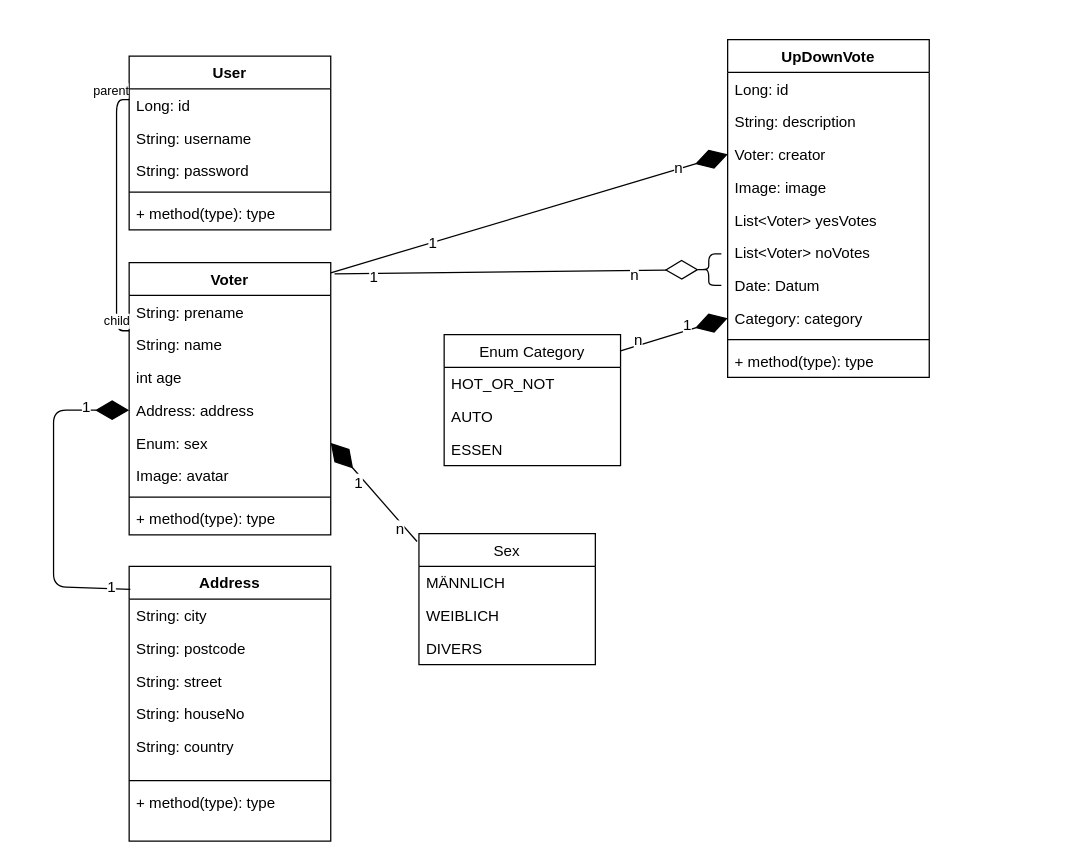
This is class-diagram.drawio from CodeWithFriendsKa/verteilte-systeme-vote-doku, a draw.io file, before an edit. Source tidied: cells renumbered, new cells numbered last; positions are measured from the earlier drawing's top-left corner, leaving out a move shared by most shapes. Both pictures are drawn from the tidied source at 126%, with x=0, y=0 at pixel (53, 39).
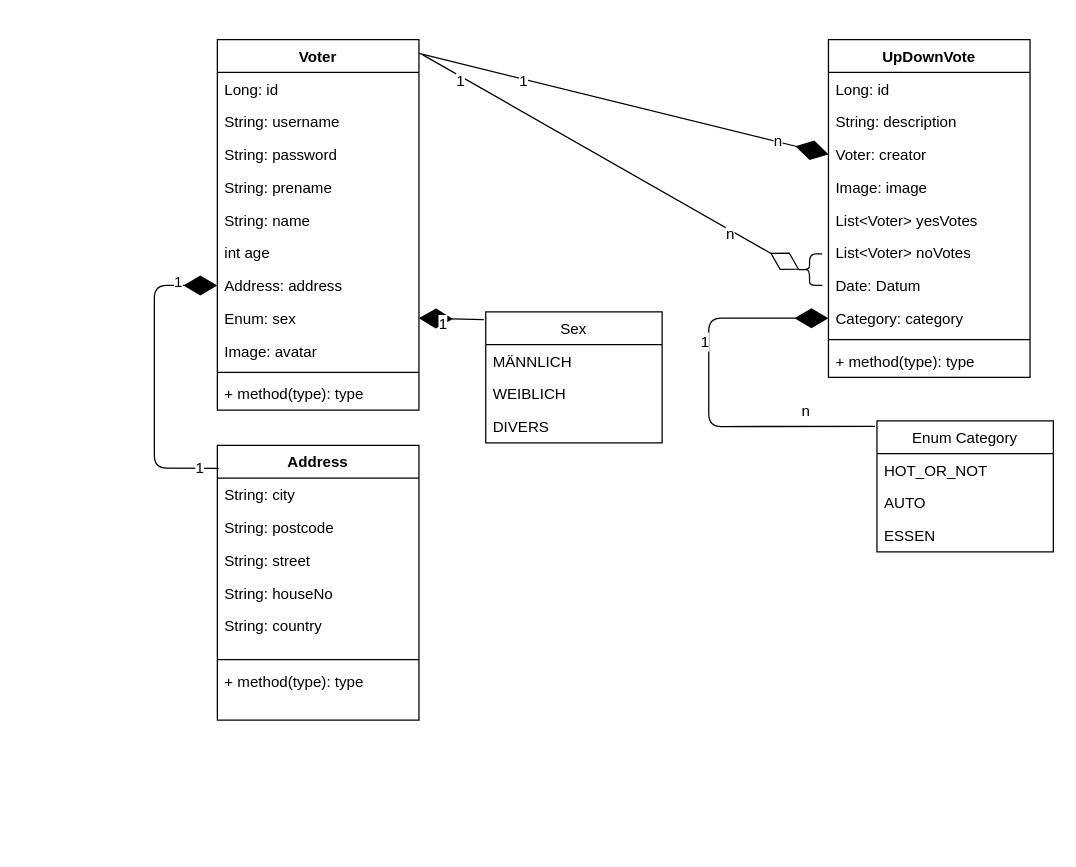
The same diagram, later.

Unchanged cells that the change refers to:
```xml
<mxCell id="25" value="Category: category" style="text;strokeColor=none;fillColor=none;align=left;verticalAlign=top;spacingLeft=4;spacingRight=4;overflow=hidden;points=[[0,0.5],[1,0.5]];portConstraint=eastwest;" parent="17" vertex="1">
  <mxGeometry y="208" width="160" height="26" as="geometry" />
</mxCell>
<mxCell id="60" style="endArrow=diamondThin;endFill=1;endSize=24;html=1;entryX=1;entryY=0.5;entryDx=0;entryDy=0;exitX=-0.011;exitY=0.06;exitDx=0;exitDy=0;exitPerimeter=0;" parent="1" edge="1" source="56" target="13">
  <mxGeometry relative="1" as="geometry" />
</mxCell>
```

The edit, as a diff of the source:
```diff
@@
-    <mxCell id="2" value="User" style="swimlane;fontStyle=1;align=center;verticalAlign=top;horizontal=1;startSize=26;" parent="1" vertex="1">
-      <mxGeometry x="60" y="13" width="160" height="138" as="geometry" />
-    </mxCell>
+    <mxCell id="8" value="Voter&#10;" style="swimlane;fontStyle=1;align=center;verticalAlign=top;horizontal=1;startSize=26;" parent="1" vertex="1">
+      <mxGeometry x="130" width="160" height="294" as="geometry" />
+    </mxCell>
-    <mxCell id="3" value="Long: id" style="text;strokeColor=none;fillColor=none;align=left;verticalAlign=top;spacingLeft=4;spacingRight=4;overflow=hidden;" parent="2" vertex="1">
+    <mxCell id="3" value="Long: id" style="text;strokeColor=none;fillColor=none;align=left;verticalAlign=top;spacingLeft=4;spacingRight=4;overflow=hidden;" parent="8" vertex="1">
       <mxGeometry y="26" width="160" height="26" as="geometry" />
     </mxCell>
-    <mxCell id="4" value="String: username" style="text;strokeColor=none;fillColor=none;align=left;verticalAlign=top;spacingLeft=4;spacingRight=4;overflow=hidden;" parent="2" vertex="1">
+    <mxCell id="4" value="String: username" style="text;strokeColor=none;fillColor=none;align=left;verticalAlign=top;spacingLeft=4;spacingRight=4;overflow=hidden;" parent="8" vertex="1">
       <mxGeometry y="52" width="160" height="26" as="geometry" />
     </mxCell>
-    <mxCell id="5" value="String: password" style="text;strokeColor=none;fillColor=none;align=left;verticalAlign=top;spacingLeft=4;spacingRight=4;overflow=hidden;" parent="2" vertex="1">
+    <mxCell id="5" value="String: password" style="text;strokeColor=none;fillColor=none;align=left;verticalAlign=top;spacingLeft=4;spacingRight=4;overflow=hidden;" parent="8" vertex="1">
       <mxGeometry y="78" width="160" height="26" as="geometry" />
     </mxCell>
-    <mxCell id="6" style="line;strokeWidth=1;fillColor=none;align=left;verticalAlign=middle;spacingTop=-1;spacingLeft=3;spacingRight=3;labelPosition=right;" parent="2" vertex="1">
-      <mxGeometry y="104" width="160" height="8" as="geometry" />
-    </mxCell>
-    <mxCell id="7" value="+ method(type): type" style="text;strokeColor=none;fillColor=none;align=left;verticalAlign=top;spacingLeft=4;spacingRight=4;overflow=hidden;" parent="2" vertex="1">
-      <mxGeometry y="112" width="160" height="26" as="geometry" />
-    </mxCell>
-    <mxCell id="8" value="Voter&#10;" style="swimlane;fontStyle=1;align=center;verticalAlign=top;horizontal=1;startSize=26;" parent="1" vertex="1">
-      <mxGeometry x="60" y="177" width="160" height="216" as="geometry" />
-    </mxCell>
     <mxCell id="9" value="String: prename" style="text;strokeColor=none;fillColor=none;align=left;verticalAlign=top;spacingLeft=4;spacingRight=4;overflow=hidden;" parent="8" vertex="1">
-      <mxGeometry y="26" width="160" height="26" as="geometry" />
+      <mxGeometry y="104" width="160" height="26" as="geometry" />
     </mxCell>
     <mxCell id="10" value="String: name" style="text;strokeColor=none;fillColor=none;align=left;verticalAlign=top;spacingLeft=4;spacingRight=4;overflow=hidden;" parent="8" vertex="1">
-      <mxGeometry y="52" width="160" height="26" as="geometry" />
+      <mxGeometry y="130" width="160" height="26" as="geometry" />
     </mxCell>
     <mxCell id="11" value="int age" style="text;strokeColor=none;fillColor=none;align=left;verticalAlign=top;spacingLeft=4;spacingRight=4;overflow=hidden;" parent="8" vertex="1">
-      <mxGeometry y="78" width="160" height="26" as="geometry" />
+      <mxGeometry y="156" width="160" height="26" as="geometry" />
     </mxCell>
     <mxCell id="12" value="Address: address" style="text;strokeColor=none;fillColor=none;align=left;verticalAlign=top;spacingLeft=4;spacingRight=4;overflow=hidden;points=[[0,0.5],[1,0.5]];portConstraint=eastwest;" parent="8" vertex="1">
-      <mxGeometry y="104" width="160" height="26" as="geometry" />
+      <mxGeometry y="182" width="160" height="26" as="geometry" />
     </mxCell>
     <mxCell id="13" value="Enum: sex" style="text;strokeColor=none;fillColor=none;align=left;verticalAlign=top;spacingLeft=4;spacingRight=4;overflow=hidden;points=[[0,0.5],[1,0.5]];portConstraint=eastwest;" parent="8" vertex="1">
-      <mxGeometry y="130" width="160" height="26" as="geometry" />
+      <mxGeometry y="208" width="160" height="26" as="geometry" />
     </mxCell>
     <mxCell id="14" value="Image: avatar" style="text;strokeColor=none;fillColor=none;align=left;verticalAlign=top;spacingLeft=4;spacingRight=4;overflow=hidden;" parent="8" vertex="1">
-      <mxGeometry y="156" width="160" height="26" as="geometry" />
+      <mxGeometry y="234" width="160" height="26" as="geometry" />
     </mxCell>
     <mxCell id="15" style="line;strokeWidth=1;fillColor=none;align=left;verticalAlign=middle;spacingTop=-1;spacingLeft=3;spacingRight=3;labelPosition=right;" parent="8" vertex="1">
-      <mxGeometry y="182" width="160" height="8" as="geometry" />
+      <mxGeometry y="260" width="160" height="8" as="geometry" />
     </mxCell>
     <mxCell id="16" value="+ method(type): type" style="text;strokeColor=none;fillColor=none;align=left;verticalAlign=top;spacingLeft=4;spacingRight=4;overflow=hidden;" parent="8" vertex="1">
-      <mxGeometry y="190" width="160" height="26" as="geometry" />
+      <mxGeometry y="268" width="160" height="26" as="geometry" />
     </mxCell>
     <mxCell id="17" value="UpDownVote" style="swimlane;fontStyle=1;align=center;verticalAlign=top;horizontal=1;startSize=26;" parent="1" vertex="1">
-      <mxGeometry x="535" width="160" height="268" as="geometry" />
+      <mxGeometry x="615" width="160" height="268" as="geometry" />
     </mxCell>
@@
-    <mxCell id="28" style="endArrow=none;html=1;edgeStyle=orthogonalEdgeStyle;exitX=0;exitY=0.25;exitDx=0;exitDy=0;entryX=0;entryY=0.25;entryDx=0;entryDy=0;" parent="1" edge="1" source="2" target="8">
-      <mxGeometry relative="1" as="geometry" />
-    </mxCell>
-    <mxCell id="29" value="parent" style="html=1;align=left;verticalAlign=bottom;labelBackgroundColor=#ffffff;fontSize=10;" parent="28" vertex="1">
-      <mxGeometry x="-1" relative="1" as="geometry">
-        <mxPoint x="-30" as="offset" />
-      </mxGeometry>
-    </mxCell>
-    <mxCell id="30" value="child" style="html=1;align=right;verticalAlign=bottom;labelBackgroundColor=#ffffff;fontSize=10;" parent="28" vertex="1">
-      <mxGeometry x="1" relative="1" as="geometry" />
-    </mxCell>
     <mxCell id="31" value="Address" style="swimlane;fontStyle=1;align=center;verticalAlign=top;horizontal=1;startSize=26;" parent="1" vertex="1">
-      <mxGeometry x="60" y="418" width="160" height="218" as="geometry" />
+      <mxGeometry x="130" y="322" width="160" height="218" as="geometry" />
     </mxCell>
@@
     <mxCell id="39" style="endArrow=diamondThin;endFill=1;endSize=24;html=1;entryX=0;entryY=0.5;entryDx=0;entryDy=0;exitX=0.006;exitY=0.084;exitDx=0;exitDy=0;exitPerimeter=0;" parent="1" edge="1" source="31" target="12">
       <mxGeometry relative="1" as="geometry">
         <Array as="points">
-          <mxPoint y="434" />
-          <mxPoint y="294" />
+          <mxPoint x="80" y="340" />
+          <mxPoint x="80" y="195" />
         </Array>
       </mxGeometry>
     </mxCell>
@@
     <mxCell id="42" style="shape=curlyBracket;whiteSpace=wrap;html=1;rounded=1;" parent="1" vertex="1">
-      <mxGeometry x="510" y="170" width="20" height="25" as="geometry" />
+      <mxGeometry x="590" y="170" width="20" height="25" as="geometry" />
     </mxCell>
@@
     <mxCell id="49" value="Enum Category" style="swimlane;fontStyle=0;horizontal=1;startSize=26;fillColor=none;" parent="1" vertex="1">
-      <mxGeometry x="310" y="234" width="140" height="104" as="geometry" />
+      <mxGeometry x="653.5" y="302.5" width="140" height="104" as="geometry" />
     </mxCell>
@@
-    <mxCell id="53" style="endArrow=diamondThin;endFill=1;endSize=24;html=1;entryX=0;entryY=0.5;entryDx=0;entryDy=0;" parent="1" edge="1" target="25">
+    <mxCell id="53" style="endArrow=diamondThin;endFill=1;endSize=24;html=1;entryX=0;entryY=0.5;entryDx=0;entryDy=0;exitX=-0.011;exitY=0.043;exitDx=0;exitDy=0;exitPerimeter=0;" parent="1" edge="1" source="49" target="25">
       <mxGeometry relative="1" as="geometry">
-        <mxPoint x="450" y="247" as="sourcePoint" />
+        <Array as="points">
+          <mxPoint x="520" y="307" />
+          <mxPoint x="520" y="221" />
+        </Array>
       </mxGeometry>
     </mxCell>
@@
-    <mxCell id="55" value="n" style="text;html=1;align=center;verticalAlign=middle;labelBackgroundColor=#ffffff;" parent="53" vertex="1">
-      <mxGeometry x="-0.67" y="4" relative="1" as="geometry" />
-    </mxCell>
     <mxCell id="56" value="Sex" style="swimlane;fontStyle=0;horizontal=1;startSize=26;fillColor=none;" parent="1" vertex="1">
-      <mxGeometry x="290" y="392" width="140" height="104" as="geometry" />
+      <mxGeometry x="343" y="216" width="140" height="104" as="geometry" />
     </mxCell>
@@
     <mxCell id="62" value="n" style="text;html=1;align=center;verticalAlign=middle;labelBackgroundColor=#ffffff;" parent="60" vertex="1">
-      <mxGeometry x="-0.67" y="4" relative="1" as="geometry" />
+      <mxGeometry x="-0.67" y="4" relative="1" as="geometry">
+        <mxPoint x="263.5" y="68.5" as="offset" />
+      </mxGeometry>
     </mxCell>
```
